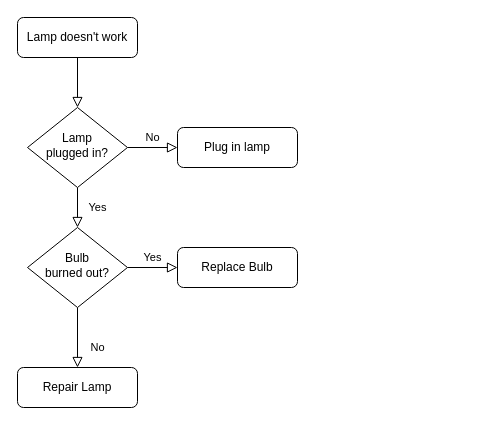
Earlier version of the draw.io diagram 未命名绘图.drawio (WEIMY666/CDA_EDA). Source tidied: cells renumbered, new cells numbered last; positions are measured from the earlier drawing's top-left corner, leaving out a move shared by most shapes. Both pictures are drawn from the tidied source at 100%, with x=0, y=0 at pixel (17, 17).
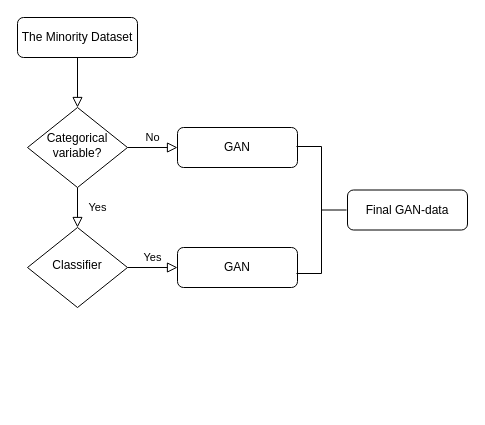
Above is the later version.

Commit message:
更新未命名绘图.drawio

The edit, as a diff of the source:
```diff
@@
 <mxGraphModel>
   <root>
     <mxCell id="0" />
     <mxCell id="1" parent="0" />
     <mxCell id="2" style="rounded=0;html=1;jettySize=auto;fontSize=11;endArrow=block;endFill=0;endSize=8;strokeWidth=1;shadow=0;labelBackgroundColor=none;edgeStyle=orthogonalEdgeStyle;" parent="1" edge="1" source="3" target="6">
       <mxGeometry relative="1" as="geometry" />
     </mxCell>
-    <mxCell id="3" value="Lamp doesn't work" style="rounded=1;whiteSpace=wrap;html=1;fontSize=12;glass=0;strokeWidth=1;shadow=0;" parent="1" vertex="1">
+    <mxCell id="3" value="The Minority Dataset" style="rounded=1;whiteSpace=wrap;html=1;fontSize=12;glass=0;strokeWidth=1;shadow=0;" parent="1" vertex="1">
       <mxGeometry width="120" height="40" as="geometry" />
     </mxCell>
     <mxCell id="4" value="Yes" style="rounded=0;html=1;jettySize=auto;fontSize=11;endArrow=block;endFill=0;endSize=8;strokeWidth=1;shadow=0;labelBackgroundColor=none;edgeStyle=orthogonalEdgeStyle;" parent="1" edge="1" source="6" target="10">
       <mxGeometry y="20" relative="1" as="geometry" />
     </mxCell>
     <mxCell id="5" value="No" style="edgeStyle=orthogonalEdgeStyle;rounded=0;html=1;jettySize=auto;fontSize=11;endArrow=block;endFill=0;endSize=8;strokeWidth=1;shadow=0;labelBackgroundColor=none;" parent="1" edge="1" source="6" target="7">
       <mxGeometry y="10" relative="1" as="geometry" />
     </mxCell>
-    <mxCell id="6" value="Lamp&lt;br&gt;plugged in?" style="rhombus;whiteSpace=wrap;html=1;shadow=0;fontFamily=Helvetica;fontSize=12;align=center;strokeWidth=1;spacing=6;spacingTop=-4;" parent="1" vertex="1">
+    <mxCell id="6" value="Categorical variable?" style="rhombus;whiteSpace=wrap;html=1;shadow=0;fontFamily=Helvetica;fontSize=12;align=center;strokeWidth=1;spacing=6;spacingTop=-4;" parent="1" vertex="1">
       <mxGeometry x="10" y="90" width="100" height="80" as="geometry" />
     </mxCell>
-    <mxCell id="7" value="Plug in lamp" style="rounded=1;whiteSpace=wrap;html=1;fontSize=12;glass=0;strokeWidth=1;shadow=0;" parent="1" vertex="1">
+    <mxCell id="7" value="GAN" style="rounded=1;whiteSpace=wrap;html=1;fontSize=12;glass=0;strokeWidth=1;shadow=0;" parent="1" vertex="1">
       <mxGeometry x="160" y="110" width="120" height="40" as="geometry" />
     </mxCell>
-    <mxCell id="8" value="No" style="rounded=0;html=1;jettySize=auto;fontSize=11;endArrow=block;endFill=0;endSize=8;strokeWidth=1;shadow=0;labelBackgroundColor=none;edgeStyle=orthogonalEdgeStyle;" parent="1" edge="1" source="10" target="11">
-      <mxGeometry x="0.33" y="20" relative="1" as="geometry" />
-    </mxCell>
     <mxCell id="9" value="Yes" style="edgeStyle=orthogonalEdgeStyle;rounded=0;html=1;jettySize=auto;fontSize=11;endArrow=block;endFill=0;endSize=8;strokeWidth=1;shadow=0;labelBackgroundColor=none;" parent="1" edge="1" source="10" target="12">
       <mxGeometry y="10" relative="1" as="geometry" />
     </mxCell>
-    <mxCell id="10" value="Bulb&lt;br&gt;burned out?" style="rhombus;whiteSpace=wrap;html=1;shadow=0;fontFamily=Helvetica;fontSize=12;align=center;strokeWidth=1;spacing=6;spacingTop=-4;" parent="1" vertex="1">
+    <mxCell id="10" value="Classifier" style="rhombus;whiteSpace=wrap;html=1;shadow=0;fontFamily=Helvetica;fontSize=12;align=center;strokeWidth=1;spacing=6;spacingTop=-4;" parent="1" vertex="1">
       <mxGeometry x="10" y="210" width="100" height="80" as="geometry" />
     </mxCell>
-    <mxCell id="11" value="Repair Lamp" style="rounded=1;whiteSpace=wrap;html=1;fontSize=12;glass=0;strokeWidth=1;shadow=0;" parent="1" vertex="1">
-      <mxGeometry y="350" width="120" height="40" as="geometry" />
-    </mxCell>
-    <mxCell id="12" value="Replace Bulb" style="rounded=1;whiteSpace=wrap;html=1;fontSize=12;glass=0;strokeWidth=1;shadow=0;" parent="1" vertex="1">
+    <mxCell id="12" value="GAN" style="rounded=1;whiteSpace=wrap;html=1;fontSize=12;glass=0;strokeWidth=1;shadow=0;" parent="1" vertex="1">
       <mxGeometry x="160" y="230" width="120" height="40" as="geometry" />
     </mxCell>
+    <mxCell id="13" style="strokeWidth=1;html=1;shape=mxgraph.flowchart.annotation_2;align=left;labelPosition=right;direction=south;rotation=90;" parent="1" vertex="1">
+      <mxGeometry x="240.5" y="167.5" width="127" height="50" as="geometry" />
+    </mxCell>
+    <mxCell id="14" value="Final GAN-data" style="rounded=1;whiteSpace=wrap;html=1;fontSize=12;glass=0;strokeWidth=1;shadow=0;" parent="1" vertex="1">
+      <mxGeometry x="330" y="172.5" width="120" height="40" as="geometry" />
+    </mxCell>
   </root>
 </mxGraphModel>
```
